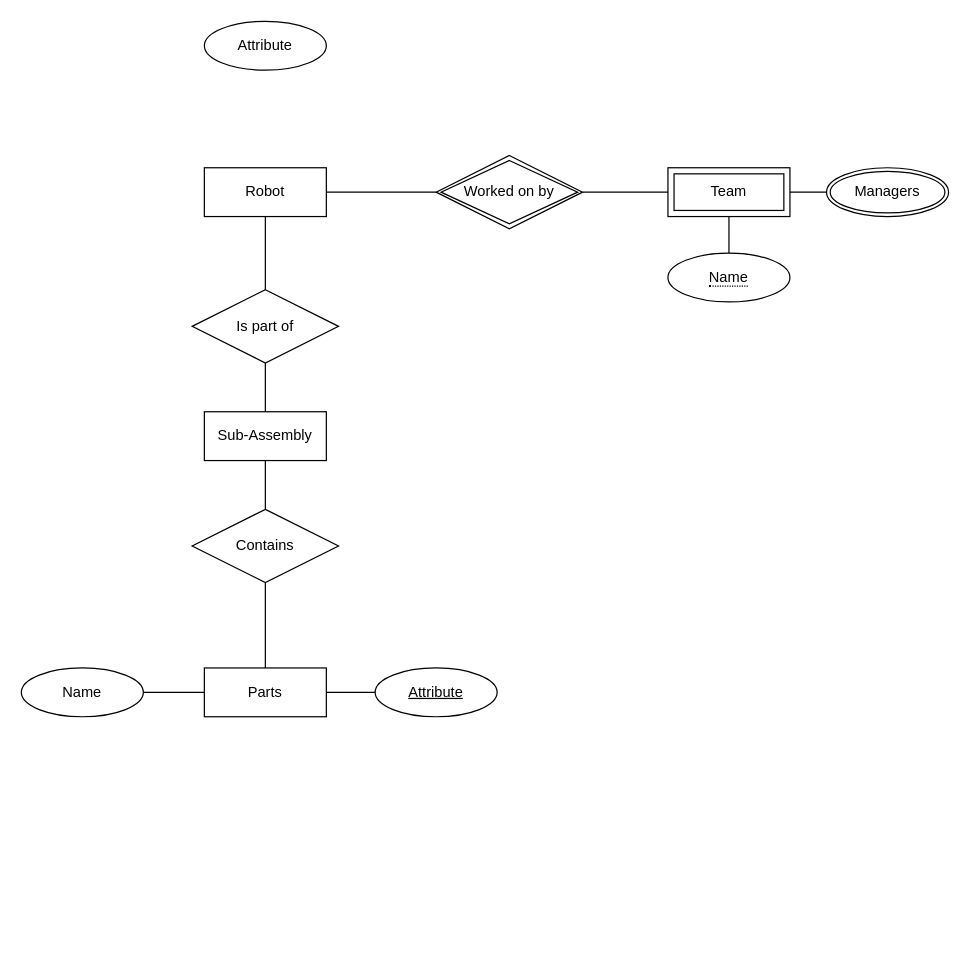
This is Untitled Diagram.drawio from krrishsetia/CMPT354-Project, a draw.io file, before an edit. Source tidied: cells renumbered, new cells numbered last; positions are measured from the earlier drawing's top-left corner, leaving out a move shared by most shapes. Both pictures are drawn from the tidied source at 122%, with x=0, y=0 at pixel (21, 21).
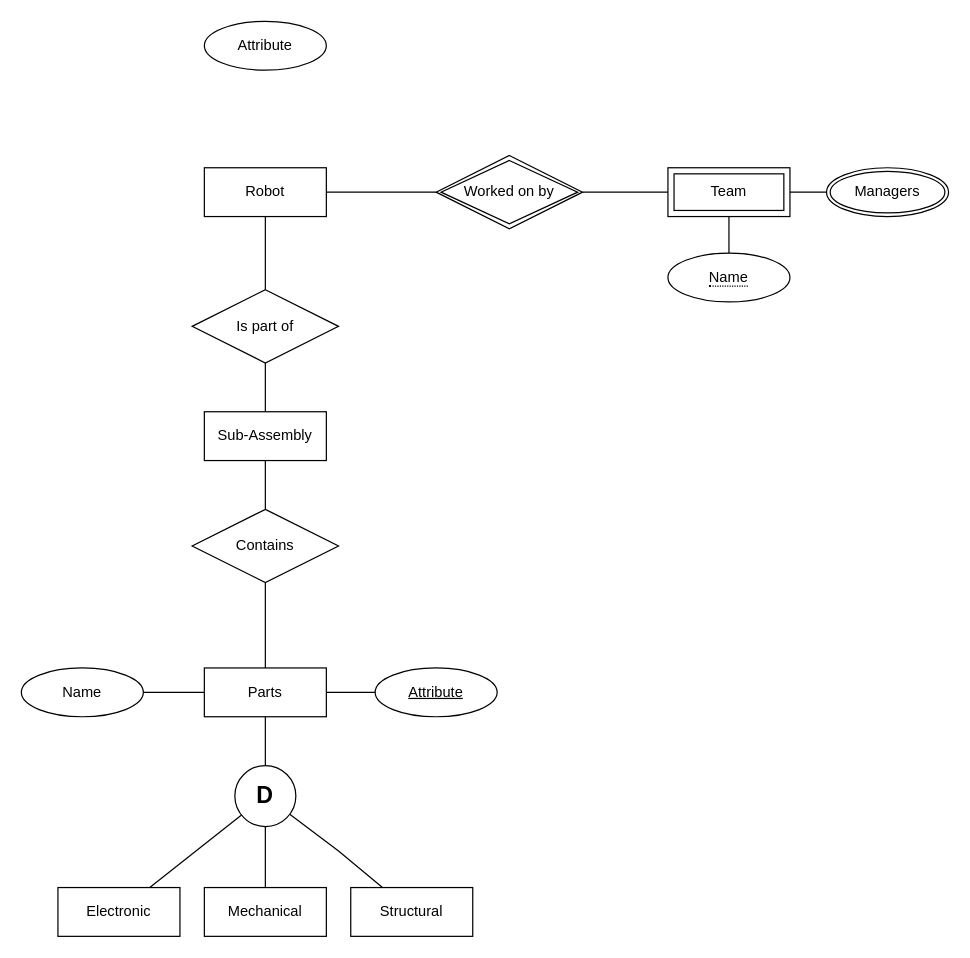
After the change.

Commit message:
Added parts subclasses

Unchanged cells that the change refers to:
```xml
<mxCell id="19" value="Parts" style="whiteSpace=wrap;html=1;align=center;" parent="1" vertex="1">
  <mxGeometry x="150" y="530" width="100" height="40" as="geometry" />
</mxCell>
```

Change to the diagram source:
```diff
@@
+    <mxCell id="24" style="endArrow=none;html=1;rounded=0;" parent="1" edge="1" source="26" target="19">
+      <mxGeometry relative="1" as="geometry" />
+    </mxCell>
+    <mxCell id="25" style="edgeStyle=orthogonalEdgeStyle;rounded=0;jettySize=auto;html=1;exitX=0.5;exitY=1;exitDx=0;exitDy=0;endArrow=none;endFill=0;" parent="1" edge="1" source="26" target="28">
+      <mxGeometry relative="1" as="geometry" />
+    </mxCell>
+    <mxCell id="26" value="&lt;font style=&quot;font-size: 19px;&quot;&gt;&lt;b&gt;D&lt;/b&gt;&lt;/font&gt;" style="ellipse;whiteSpace=wrap;html=1;" parent="1" vertex="1">
+      <mxGeometry x="175" y="610" width="50" height="50" as="geometry" />
+    </mxCell>
+    <mxCell id="27" value="Electronic" style="whiteSpace=wrap;html=1;align=center;" parent="1" vertex="1">
+      <mxGeometry x="30" y="710" width="100" height="40" as="geometry" />
+    </mxCell>
+    <mxCell id="28" value="Mechanical" style="whiteSpace=wrap;html=1;align=center;" parent="1" vertex="1">
+      <mxGeometry x="150" y="710" width="100" height="40" as="geometry" />
+    </mxCell>
+    <mxCell id="29" value="Structural" style="whiteSpace=wrap;html=1;align=center;" parent="1" vertex="1">
+      <mxGeometry x="270" y="710" width="100" height="40" as="geometry" />
+    </mxCell>
+    <mxCell id="30" style="endArrow=none;html=1;rounded=0;" parent="1" edge="1" source="26" target="29">
+      <mxGeometry relative="1" as="geometry">
+        <Array as="points">
+          <mxPoint x="260" y="680" />
+        </Array>
+      </mxGeometry>
+    </mxCell>
+    <mxCell id="31" style="endArrow=none;html=1;rounded=0;" parent="1" edge="1" source="26" target="27">
+      <mxGeometry relative="1" as="geometry" />
+    </mxCell>
```
